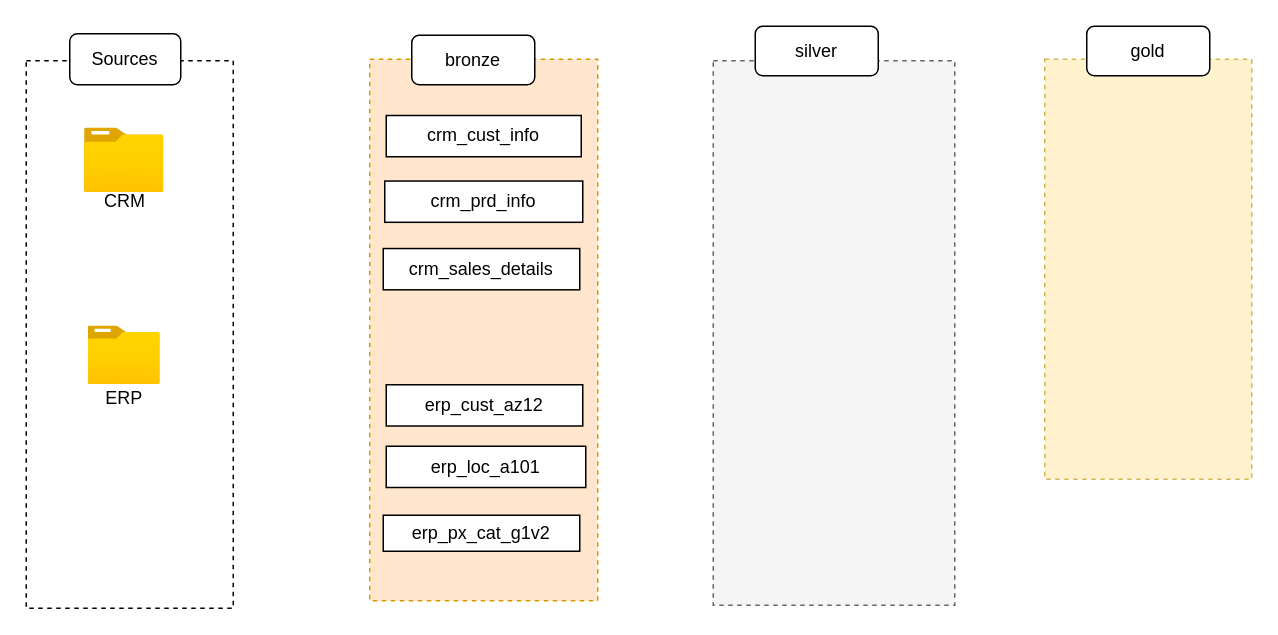
The draw.io diagram page "Page-2" (2 of 2) of Datawarehouse_Learn.drawio in iamajeet/datawarehouse, before the edit. Source tidied: cells renumbered, new cells numbered last; positions are measured from the earlier drawing's top-left corner, leaving out a move shared by most shapes. Both pictures are drawn from the tidied source at 150%, with x=0, y=0 at pixel (26, 26).
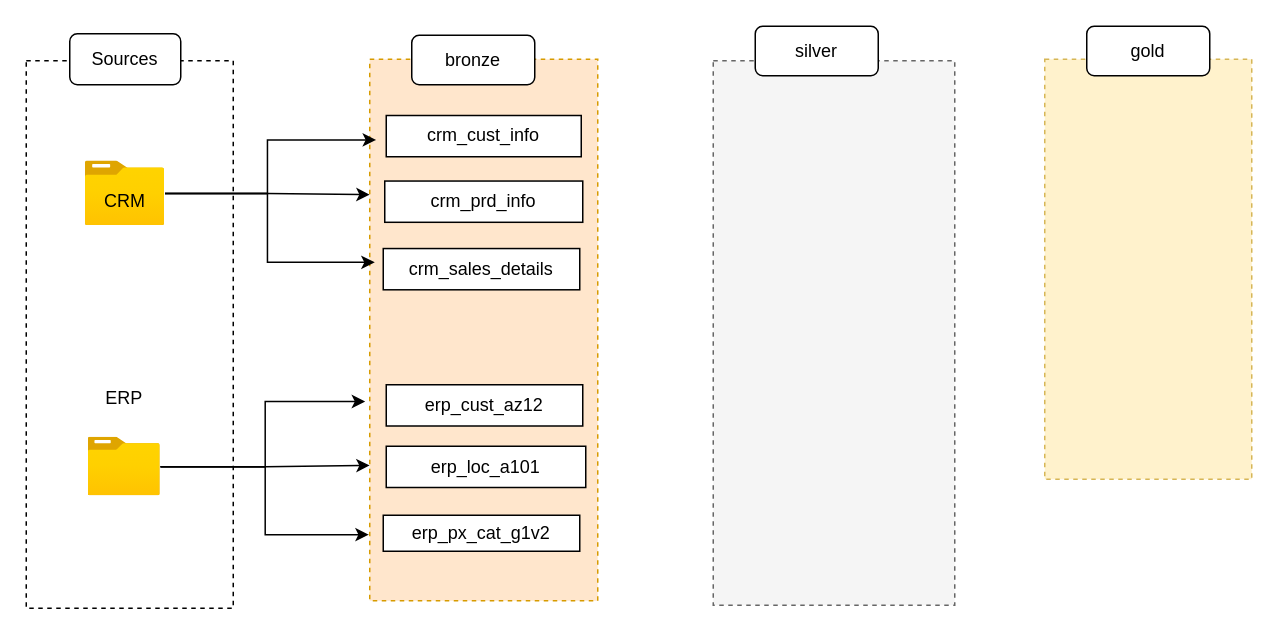
Above is the later version.

Unchanged cells that the change refers to:
```xml
<mxCell id="8" style="rounded=0;whiteSpace=wrap;html=1;fillColor=#ffe6cc;dashed=1;strokeColor=#d79b00;" parent="1" vertex="1">
  <mxGeometry x="229" y="22" width="152" height="361" as="geometry" />
</mxCell>
```

What changed in the source:
```diff
@@
+    <mxCell id="20" style="edgeStyle=orthogonalEdgeStyle;rounded=0;jettySize=auto;html=1;entryX=0;entryY=0.75;entryDx=0;entryDy=0;" parent="1" edge="1" source="4" target="8">
+      <mxGeometry relative="1" as="geometry" />
+    </mxCell>
     <mxCell id="4" style="image;html=1;points=[];align=center;fontSize=12;image=img/lib/azure2/general/Folder_Blank.svg;" parent="1" vertex="1">
-      <mxGeometry x="41.5" y="200" width="48" height="39" as="geometry" />
+      <mxGeometry x="41.5" y="274.2" width="48" height="39" as="geometry" />
     </mxCell>
+    <mxCell id="21" style="edgeStyle=orthogonalEdgeStyle;rounded=0;jettySize=auto;html=1;entryX=0;entryY=0.25;entryDx=0;entryDy=0;" parent="1" edge="1" source="5" target="8">
+      <mxGeometry relative="1" as="geometry" />
+    </mxCell>
     <mxCell id="5" style="image;html=1;points=[];align=center;fontSize=12;image=img/lib/azure2/general/Folder_Blank.svg;" parent="1" vertex="1">
-      <mxGeometry x="39" y="68" width="53" height="43" as="geometry" />
+      <mxGeometry x="39.5" y="90" width="53" height="43" as="geometry" />
     </mxCell>
@@
+    <mxCell id="22" style="edgeStyle=orthogonalEdgeStyle;rounded=0;jettySize=auto;html=1;entryX=0.028;entryY=0.149;entryDx=0;entryDy=0;entryPerimeter=0;" parent="1" edge="1" source="5" target="8">
+      <mxGeometry relative="1" as="geometry" />
+    </mxCell>
+    <mxCell id="23" style="edgeStyle=orthogonalEdgeStyle;rounded=0;jettySize=auto;html=1;entryX=0.022;entryY=0.375;entryDx=0;entryDy=0;entryPerimeter=0;" parent="1" edge="1" source="5" target="8">
+      <mxGeometry relative="1" as="geometry" />
+    </mxCell>
+    <mxCell id="24" style="edgeStyle=orthogonalEdgeStyle;rounded=0;jettySize=auto;html=1;entryX=-0.02;entryY=0.632;entryDx=0;entryDy=0;entryPerimeter=0;" parent="1" edge="1" source="4" target="8">
+      <mxGeometry relative="1" as="geometry" />
+    </mxCell>
+    <mxCell id="25" style="edgeStyle=orthogonalEdgeStyle;rounded=0;jettySize=auto;html=1;entryX=-0.004;entryY=0.878;entryDx=0;entryDy=0;entryPerimeter=0;" parent="1" edge="1" source="4" target="8">
+      <mxGeometry relative="1" as="geometry" />
+    </mxCell>
```
